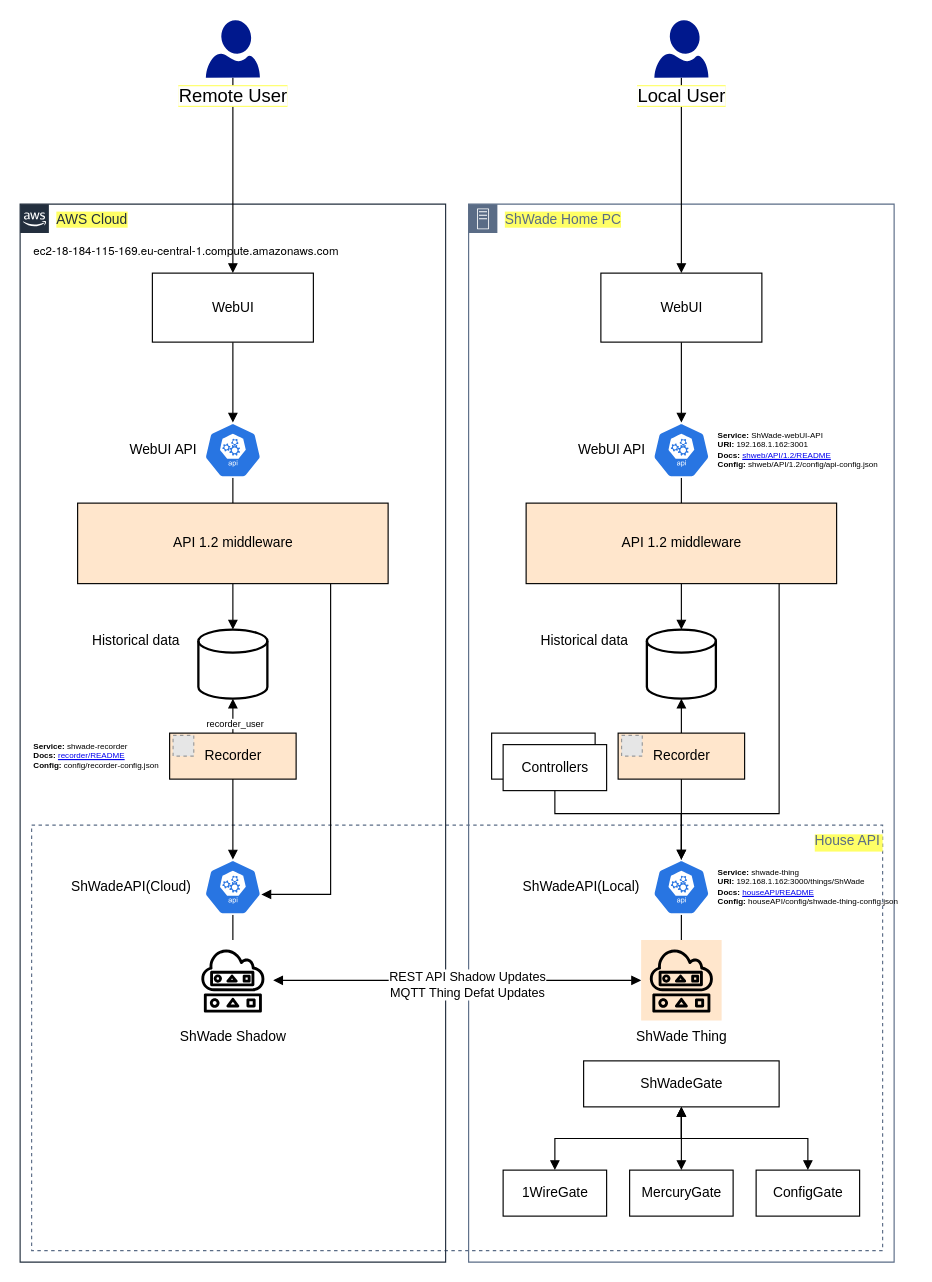
Above: doc/ShWade architecture.drawio in Shden/Shden (draw.io), before the change. Source tidied: cells renumbered, new cells numbered last; positions are measured from the earlier drawing's top-left corner, leaving out a move shared by most shapes. Both pictures are drawn from the tidied source at 115%, with x=0, y=0 at pixel (20, 20). Pictures stored in the file or linked from it are replaced by grey dashed boxes.
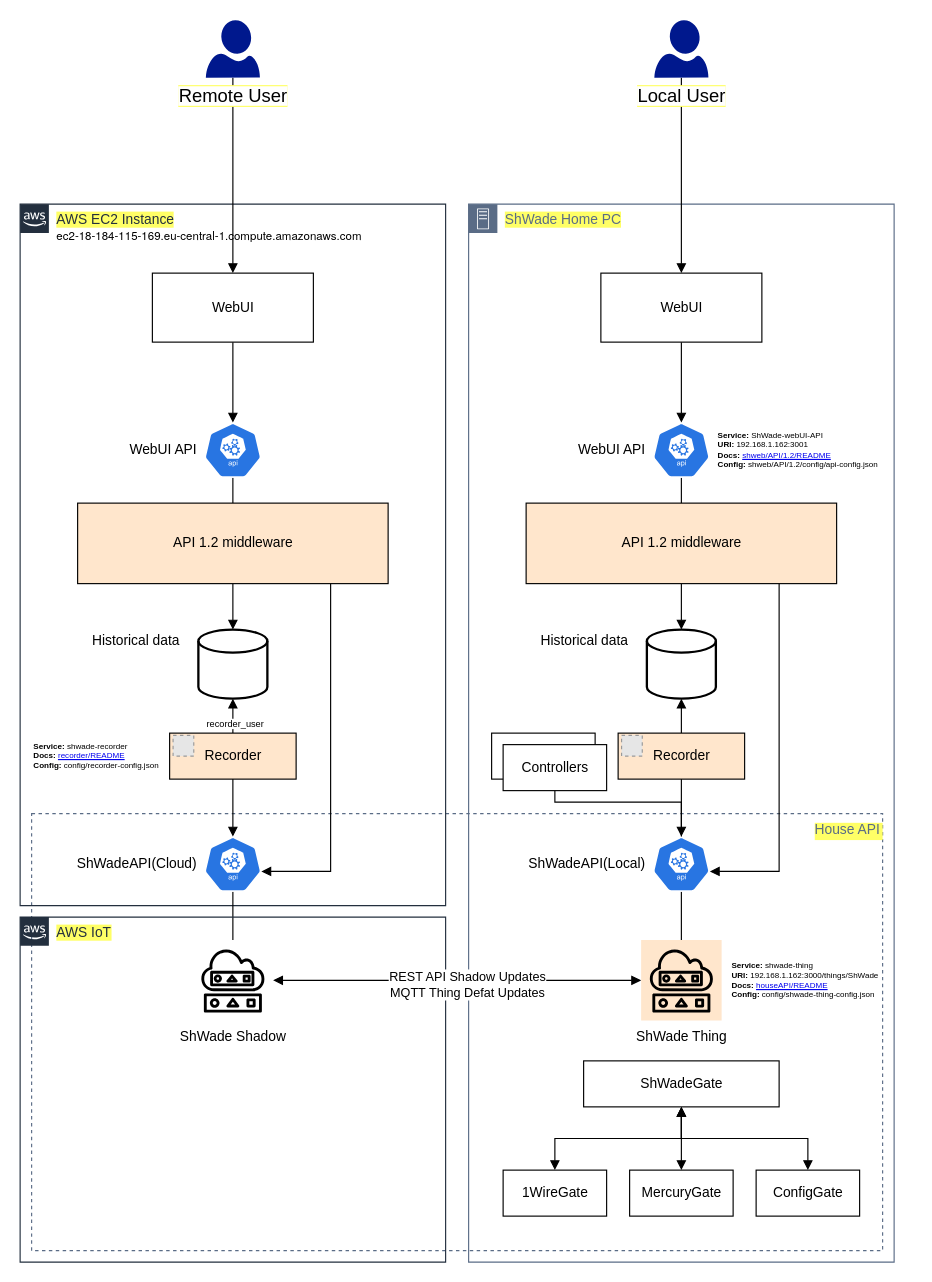
The same diagram, later.

The change refers to these unchanged cells:
```xml
<mxCell id="7" value="ShWade Shadow" style="outlineConnect=0;dashed=0;verticalLabelPosition=bottom;verticalAlign=top;align=center;html=1;fontSize=12;fontStyle=0;shape=mxgraph.aws4.resourceIcon;resIcon=mxgraph.aws4.shadow;" parent="1" vertex="1">
  <mxGeometry x="150" y="800" width="70" height="70" as="geometry" />
</mxCell>
<mxCell id="8" value="ShWade Thing" style="outlineConnect=0;dashed=0;verticalLabelPosition=bottom;verticalAlign=top;align=center;html=1;fontSize=12;fontStyle=0;shape=mxgraph.aws4.resourceIcon;resIcon=mxgraph.aws4.shadow;fillColor=#ffe6cc;" parent="1" vertex="1">
  <mxGeometry x="540" y="800" width="70" height="70" as="geometry" />
</mxCell>
<mxCell id="29" value="Controllers" style="html=1;align=center;" parent="1" vertex="1">
  <mxGeometry x="420" y="630" width="90" height="40" as="geometry" />
</mxCell>
<mxCell id="35" value="API 1.2 middleware" style="html=1;align=center;fillColor=#FFE6CC;" parent="1" vertex="1">
  <mxGeometry x="440" y="420" width="270" height="70" as="geometry" />
</mxCell>
<mxCell id="44" value="Recorder" style="html=1;align=center;fillColor=#FFE6CC;" parent="1" vertex="1">
  <mxGeometry x="130" y="620" width="110" height="40" as="geometry" />
</mxCell>
<mxCell id="54" value="API 1.2 middleware" style="html=1;align=center;fillColor=#FFE6CC;" parent="1" vertex="1">
  <mxGeometry x="50" y="420" width="270" height="70" as="geometry" />
</mxCell>
```

What changed in the source:
```diff
@@
     <mxCell id="2" value="House API" style="fillColor=none;strokeColor=#5A6C86;dashed=1;verticalAlign=top;fontStyle=0;fontColor=#5A6C86;labelBackgroundColor=#FFFF66;align=right;" parent="1" vertex="1">
-      <mxGeometry x="10" y="700" width="740" height="370" as="geometry" />
+      <mxGeometry x="10" y="690" width="740" height="380" as="geometry" />
     </mxCell>
@@
-    <mxCell id="4" value="AWS Cloud" style="gradientColor=none;html=1;whiteSpace=wrap;fontSize=12;fontStyle=0;shape=mxgraph.aws4.group;grIcon=mxgraph.aws4.group_aws_cloud_alt;strokeColor=#232F3E;fillColor=none;verticalAlign=top;align=left;spacingLeft=30;fontColor=#232F3E;dashed=0;labelBackgroundColor=#FFFF66;" parent="1" vertex="1">
-      <mxGeometry y="160" width="370" height="920" as="geometry" />
+    <mxCell id="4" value="AWS EC2 Instance" style="gradientColor=none;html=1;whiteSpace=wrap;fontSize=12;fontStyle=0;shape=mxgraph.aws4.group;grIcon=mxgraph.aws4.group_aws_cloud_alt;strokeColor=#232F3E;fillColor=none;verticalAlign=top;align=left;spacingLeft=30;fontColor=#232F3E;dashed=0;labelBackgroundColor=#FFFF66;" parent="1" vertex="1">
+      <mxGeometry y="160" width="370" height="610" as="geometry" />
     </mxCell>
-    <mxCell id="5" style="edgeStyle=orthogonalEdgeStyle;rounded=0;jettySize=auto;html=1;startArrow=block;startFill=1;endArrow=block;endFill=1;verticalAlign=bottom;" parent="1" edge="1" source="7" target="8">
-      <mxGeometry relative="1" as="geometry" />
-    </mxCell>
-    <mxCell id="6" value="REST API Shadow Updates&lt;br&gt;MQTT Thing Defat Updates" style="edgeLabel;html=1;align=center;verticalAlign=middle;" parent="5" vertex="1">
-      <mxGeometry x="0.05" y="-3" relative="1" as="geometry" />
-    </mxCell>
@@
     <mxCell id="10" style="html=1;dashed=0;whitespace=wrap;fillColor=#2875E2;strokeColor=#ffffff;points=[[0.005,0.63,0],[0.1,0.2,0],[0.9,0.2,0],[0.5,0,0],[0.995,0.63,0],[0.72,0.99,0],[0.5,1,0],[0.28,0.99,0]];shape=mxgraph.kubernetes.icon;prIcon=api;align=right;" parent="1" vertex="1">
-      <mxGeometry x="160" y="730" width="50" height="48" as="geometry" />
+      <mxGeometry x="160" y="710" width="50" height="48" as="geometry" />
     </mxCell>
@@
     <mxCell id="12" style="html=1;dashed=0;whitespace=wrap;fillColor=#2875E2;strokeColor=#ffffff;points=[[0.005,0.63,0],[0.1,0.2,0],[0.9,0.2,0],[0.5,0,0],[0.995,0.63,0],[0.72,0.99,0],[0.5,1,0],[0.28,0.99,0]];shape=mxgraph.kubernetes.icon;prIcon=api;" parent="1" vertex="1">
-      <mxGeometry x="550" y="730" width="50" height="48" as="geometry" />
+      <mxGeometry x="550" y="710" width="50" height="48" as="geometry" />
     </mxCell>
     <mxCell id="13" value="ShWadeAPI(Cloud)" style="text;html=1;align=right;verticalAlign=middle;" parent="1" vertex="1">
-      <mxGeometry x="30" y="744" width="120" height="20" as="geometry" />
+      <mxGeometry x="35" y="724" width="120" height="20" as="geometry" />
     </mxCell>
     <mxCell id="14" value="ShWadeAPI(Local)" style="text;html=1;align=right;verticalAlign=middle;" parent="1" vertex="1">
-      <mxGeometry x="420" y="744" width="120" height="20" as="geometry" />
+      <mxGeometry x="425" y="724" width="120" height="20" as="geometry" />
     </mxCell>
@@
     <mxCell id="28" style="edgeStyle=orthogonalEdgeStyle;rounded=0;jettySize=auto;html=1;exitX=0.5;exitY=1;exitDx=0;exitDy=0;entryX=0.5;entryY=0;entryDx=0;entryDy=0;entryPerimeter=0;startArrow=none;startFill=0;endArrow=none;endFill=0;fontSize=16;" parent="1" edge="1" source="29" target="12">
       <mxGeometry relative="1" as="geometry">
         <Array as="points">
-          <mxPoint x="465" y="690" />
-          <mxPoint x="575" y="690" />
+          <mxPoint x="465" y="680" />
+          <mxPoint x="575" y="680" />
         </Array>
       </mxGeometry>
     </mxCell>
@@
-    <mxCell id="34" style="edgeStyle=orthogonalEdgeStyle;rounded=0;jettySize=auto;html=1;entryX=0.5;entryY=0;entryDx=0;entryDy=0;entryPerimeter=0;startArrow=none;startFill=0;endArrow=block;endFill=1;fontSize=16;" parent="1" edge="1" source="35" target="12">
+    <mxCell id="34" style="edgeStyle=orthogonalEdgeStyle;rounded=0;jettySize=auto;html=1;entryX=0.995;entryY=0.63;entryDx=0;entryDy=0;entryPerimeter=0;startArrow=none;startFill=0;endArrow=block;endFill=1;fontSize=16;" parent="1" edge="1" source="35" target="12">
       <mxGeometry relative="1" as="geometry">
         <Array as="points">
-          <mxPoint x="660" y="690" />
-          <mxPoint x="575" y="690" />
+          <mxPoint x="660" y="740" />
         </Array>
       </mxGeometry>
     </mxCell>
@@
-    <mxCell id="43" style="edgeStyle=orthogonalEdgeStyle;rounded=0;jettySize=auto;html=1;startArrow=none;startFill=0;endArrow=block;endFill=1;fontSize=16;entryX=0.5;entryY=0;entryDx=0;entryDy=0;entryPerimeter=0;" parent="1" edge="1" source="44">
+    <mxCell id="43" style="edgeStyle=orthogonalEdgeStyle;rounded=0;jettySize=auto;html=1;startArrow=none;startFill=0;endArrow=block;endFill=1;fontSize=16;" parent="1" edge="1" source="44">
       <mxGeometry relative="1" as="geometry">
-        <mxPoint x="185" y="730" as="targetPoint" />
+        <mxPoint x="185" y="710" as="targetPoint" />
       </mxGeometry>
     </mxCell>
@@
     <mxCell id="53" style="edgeStyle=orthogonalEdgeStyle;rounded=0;jettySize=auto;html=1;entryX=0.995;entryY=0.63;entryDx=0;entryDy=0;entryPerimeter=0;startArrow=none;startFill=0;endArrow=block;endFill=1;fontSize=16;" parent="1" edge="1" source="54" target="10">
       <mxGeometry relative="1" as="geometry">
         <Array as="points">
-          <mxPoint x="270" y="760" />
+          <mxPoint x="270" y="740" />
         </Array>
       </mxGeometry>
     </mxCell>
@@
-    <mxCell id="58" value="&lt;div style=&quot;font-size: 7px&quot;&gt;&lt;font style=&quot;font-size: 7px&quot;&gt;&lt;b&gt;Service:&lt;/b&gt;&amp;nbsp;shwade-thing&lt;/font&gt;&lt;/div&gt;&lt;div style=&quot;font-size: 7px&quot;&gt;&lt;font style=&quot;font-size: 7px&quot;&gt;&lt;b&gt;URI:&lt;/b&gt; 192.168.1.162:3000/things/ShWade&lt;/font&gt;&lt;/div&gt;&lt;font style=&quot;font-size: 7px&quot;&gt;&lt;div&gt;&lt;b&gt;Docs:&lt;/b&gt;&amp;nbsp;&lt;a href=&quot;https://github.com/Shden/Shden/blob/aws-iot/houseAPI/README&quot;&gt;houseAPI/README&lt;/a&gt;&lt;/div&gt;&lt;div&gt;&lt;b&gt;Config:&lt;/b&gt; houseAPI/config/shwade-thing-config.json&lt;/div&gt;&lt;/font&gt;" style="text;html=1;align=left;verticalAlign=middle;fillColor=none;strokeColor=none;rounded=0;fontSize=8;" parent="1" vertex="1">
-      <mxGeometry x="605" y="729" width="170" height="50" as="geometry" />
+    <mxCell id="58" value="&lt;div style=&quot;font-size: 7px&quot;&gt;&lt;font style=&quot;font-size: 7px&quot;&gt;&lt;b&gt;Service:&lt;/b&gt;&amp;nbsp;shwade-thing&lt;/font&gt;&lt;/div&gt;&lt;div style=&quot;font-size: 7px&quot;&gt;&lt;font style=&quot;font-size: 7px&quot;&gt;&lt;b&gt;URI:&lt;/b&gt; 192.168.1.162:3000/things/ShWade&lt;/font&gt;&lt;/div&gt;&lt;font style=&quot;font-size: 7px&quot;&gt;&lt;div&gt;&lt;b&gt;Docs:&lt;/b&gt;&amp;nbsp;&lt;a href=&quot;https://github.com/Shden/Shden/blob/aws-iot/houseAPI/README&quot;&gt;houseAPI/README&lt;/a&gt;&lt;/div&gt;&lt;div&gt;&lt;b&gt;Config:&lt;/b&gt;&amp;nbsp;config/shwade-thing-config.json&lt;/div&gt;&lt;/font&gt;" style="text;html=1;align=left;verticalAlign=middle;fillColor=none;strokeColor=none;rounded=0;fontSize=8;" parent="1" vertex="1">
+      <mxGeometry x="617" y="810" width="140" height="50" as="geometry" />
     </mxCell>
@@
     <mxCell id="61" value="&lt;p style=&quot;margin: 0px ; font-stretch: normal ; line-height: normal ; font-family: &amp;#34;helvetica neue&amp;#34;&quot;&gt;&lt;font style=&quot;font-size: 10px&quot;&gt;ec2-18-184-115-169.eu-central-1.compute.amazonaws.com&lt;/font&gt;&lt;/p&gt;" style="text;html=1;align=left;verticalAlign=middle;fillColor=none;strokeColor=none;rounded=0;fontSize=8;" parent="1" vertex="1">
-      <mxGeometry x="10" y="190" width="290" height="20" as="geometry" />
+      <mxGeometry x="30" y="177" width="290" height="20" as="geometry" />
     </mxCell>
+    <mxCell id="62" value="AWS IoT" style="gradientColor=none;html=1;whiteSpace=wrap;fontSize=12;fontStyle=0;shape=mxgraph.aws4.group;grIcon=mxgraph.aws4.group_aws_cloud_alt;strokeColor=#232F3E;fillColor=none;verticalAlign=top;align=left;spacingLeft=30;fontColor=#232F3E;dashed=0;labelBackgroundColor=#FFFF66;" parent="1" vertex="1">
+      <mxGeometry y="780" width="370" height="300" as="geometry" />
+    </mxCell>
+    <mxCell id="5" style="edgeStyle=orthogonalEdgeStyle;rounded=0;jettySize=auto;html=1;startArrow=block;startFill=1;endArrow=block;endFill=1;verticalAlign=bottom;" parent="1" edge="1" source="7" target="8">
+      <mxGeometry relative="1" as="geometry" />
+    </mxCell>
+    <mxCell id="6" value="REST API Shadow Updates&lt;br&gt;MQTT Thing Defat Updates" style="edgeLabel;html=1;align=center;verticalAlign=middle;labelBackgroundColor=#FFFFFF;spacingTop=0;spacing=0;spacingLeft=0;" parent="5" vertex="1">
+      <mxGeometry x="0.05" y="-3" relative="1" as="geometry" />
+    </mxCell>
```
